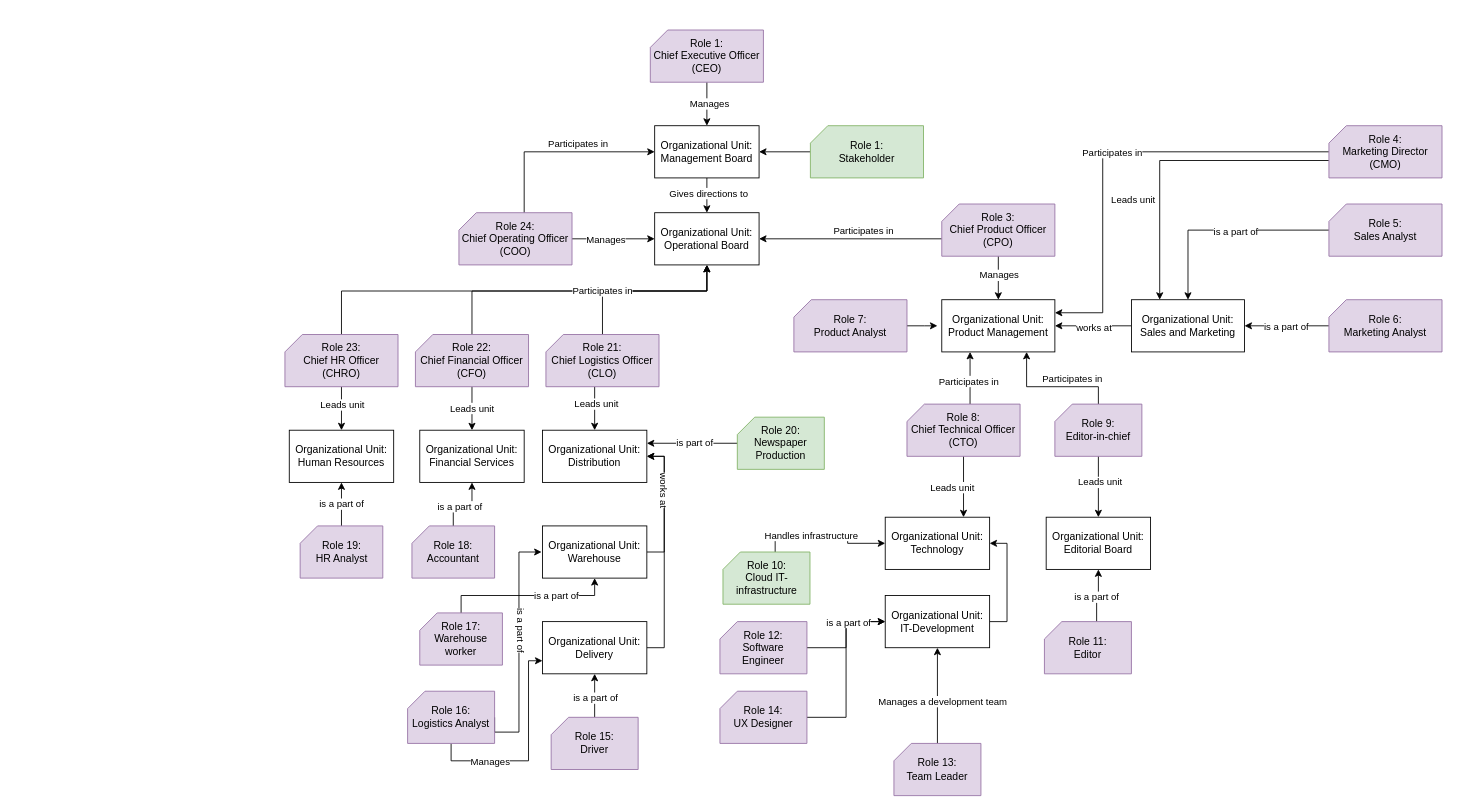
Above: TS_role_actors_models.drawio in gullskatten/TS-models-4em-archi (draw.io), before the change. Source tidied: cells renumbered, new cells numbered last; positions are measured from the earlier drawing's top-left corner, leaving out a move shared by most shapes. Both pictures are drawn from the tidied source at 87%, with x=0, y=0 at pixel (284, 30).
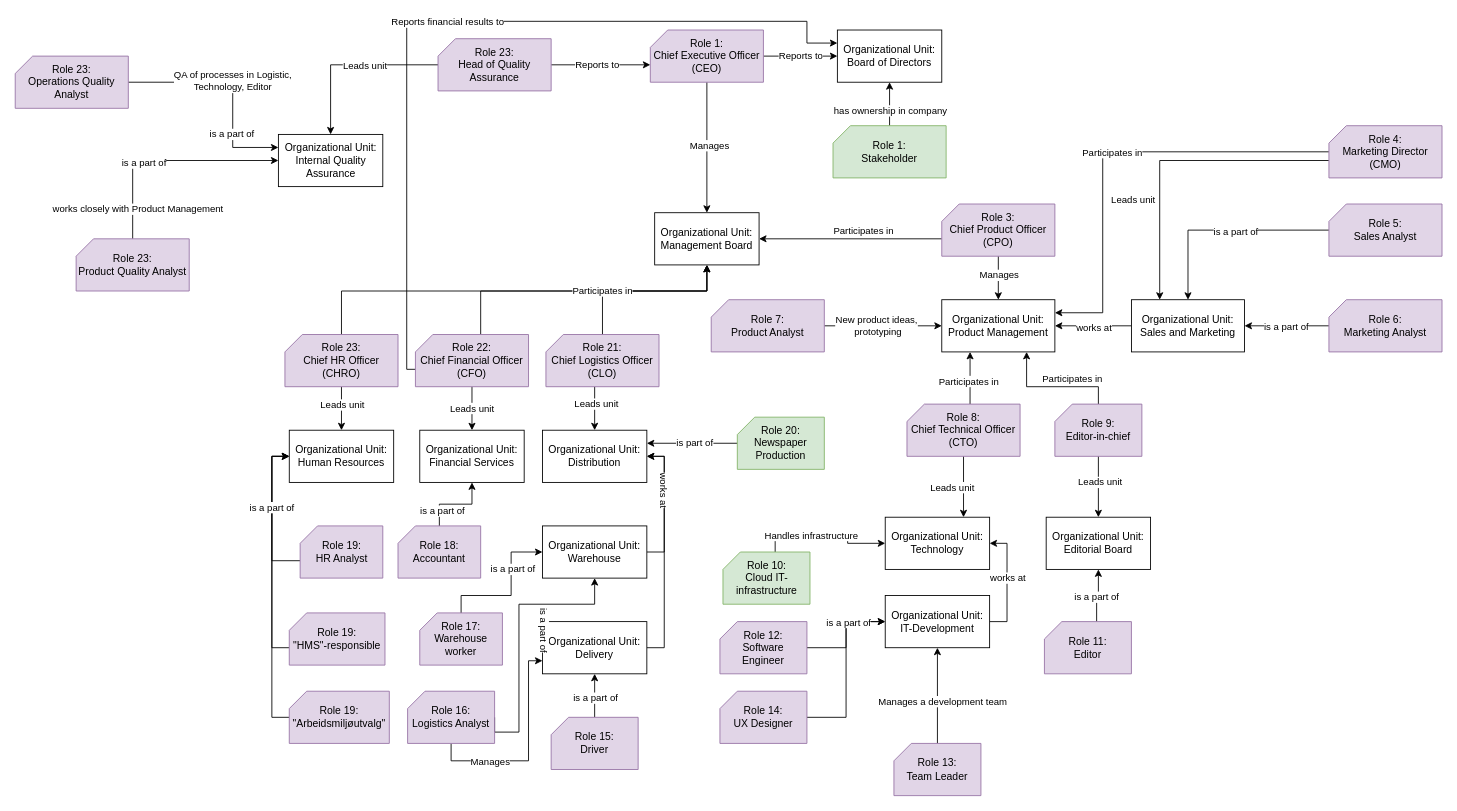
The same page after the edit.

Commit message:
Added a QA branch, removed COO and Operations Board

Unchanged cells that the change refers to:
```xml
<mxCell id="13" value="Role 1:&lt;br&gt;Chief Executive Officer (CEO)" style="verticalLabelPosition=middle;verticalAlign=middle;html=1;shape=card;whiteSpace=wrap;size=20;arcSize=12;fillColor=#e1d5e7;strokeColor=#9673a6;labelPosition=center;align=center;" parent="1" vertex="1">
  <mxGeometry x="420" width="130" height="60" as="geometry" />
</mxCell>
<mxCell id="16" value="Role 22:&lt;br&gt;Chief Financial Officer (CFO)" style="verticalLabelPosition=middle;verticalAlign=middle;html=1;shape=card;whiteSpace=wrap;size=20;arcSize=12;fillColor=#e1d5e7;strokeColor=#9673a6;labelPosition=center;align=center;" parent="1" vertex="1">
  <mxGeometry x="150" y="350" width="130" height="60" as="geometry" />
</mxCell>
<mxCell id="35" value="Organizational Unit:&lt;br&gt;Human Resources" style="rounded=0;whiteSpace=wrap;html=1;" parent="1" vertex="1">
  <mxGeometry x="5" y="460" width="120" height="60" as="geometry" />
</mxCell>
<mxCell id="44" style="edgeStyle=orthogonalEdgeStyle;rounded=0;jettySize=auto;html=1;entryX=1;entryY=0.5;entryDx=0;entryDy=0;" parent="1" edge="1" source="45" target="33">
  <mxGeometry relative="1" as="geometry">
    <Array as="points">
      <mxPoint x="830" y="680" />
      <mxPoint x="830" y="590" />
    </Array>
  </mxGeometry>
</mxCell>
<mxCell id="47" value="Organizational Unit:&lt;br&gt;Warehouse" style="rounded=0;whiteSpace=wrap;html=1;" parent="1" vertex="1">
  <mxGeometry x="296" y="570" width="120" height="60" as="geometry" />
</mxCell>
<mxCell id="64" value="Organizational Unit:&lt;br&gt;Product Management" style="rounded=0;whiteSpace=wrap;html=1;" parent="1" vertex="1">
  <mxGeometry x="755" y="310" width="130" height="60" as="geometry" />
</mxCell>
<mxCell id="69" value="Role 17:&lt;br&gt;Warehouse worker" style="verticalLabelPosition=middle;verticalAlign=middle;html=1;shape=card;whiteSpace=wrap;size=20;arcSize=12;fillColor=#e1d5e7;strokeColor=#9673a6;labelPosition=center;align=center;" parent="1" vertex="1">
  <mxGeometry x="155" y="670" width="95" height="60" as="geometry" />
</mxCell>
<mxCell id="74" value="Role 16:&lt;br&gt;Logistics Analyst" style="verticalLabelPosition=middle;verticalAlign=middle;html=1;shape=card;whiteSpace=wrap;size=20;arcSize=12;fillColor=#e1d5e7;strokeColor=#9673a6;labelPosition=center;align=center;" parent="1" vertex="1">
  <mxGeometry x="141" y="760" width="100" height="60" as="geometry" />
</mxCell>
<mxCell id="79" value="Role 19:&lt;br&gt;HR Analyst" style="verticalLabelPosition=middle;verticalAlign=middle;html=1;shape=card;whiteSpace=wrap;size=20;arcSize=12;fillColor=#e1d5e7;strokeColor=#9673a6;labelPosition=center;align=center;" parent="1" vertex="1">
  <mxGeometry x="17.5" y="570" width="95" height="60" as="geometry" />
</mxCell>
```

What changed in the source:
```diff
@@
-    <mxCell id="11" style="edgeStyle=orthogonalEdgeStyle;rounded=0;jettySize=auto;html=1;entryX=0.5;entryY=0;entryDx=0;entryDy=0;" parent="1" edge="1" source="13" target="24">
+    <mxCell id="11" style="edgeStyle=orthogonalEdgeStyle;rounded=0;jettySize=auto;html=1;entryX=0.5;entryY=0;entryDx=0;entryDy=0;" parent="1" edge="1" source="13" target="25">
       <mxGeometry relative="1" as="geometry" />
     </mxCell>
@@
+    <mxCell id="105" value="Reports to" style="edgeStyle=orthogonalEdgeStyle;rounded=0;jettySize=auto;html=1;entryX=0;entryY=0.5;entryDx=0;entryDy=0;" parent="1" edge="1" source="13" target="111">
+      <mxGeometry relative="1" as="geometry" />
+    </mxCell>
@@
+    <mxCell id="106" style="edgeStyle=orthogonalEdgeStyle;rounded=0;jettySize=auto;html=1;entryX=0;entryY=0.25;entryDx=0;entryDy=0;exitX=0;exitY=0;exitDx=0;exitDy=40;exitPerimeter=0;" parent="1" edge="1" source="16" target="111">
+      <mxGeometry relative="1" as="geometry">
+        <Array as="points">
+          <mxPoint x="140" y="390" />
+          <mxPoint x="140" y="-10" />
+          <mxPoint x="600" y="-10" />
+          <mxPoint x="600" y="15" />
+        </Array>
+      </mxGeometry>
+    </mxCell>
+    <mxCell id="107" value="Reports financial results to" style="edgeLabel;html=1;align=center;verticalAlign=middle;" parent="106" vertex="1">
+      <mxGeometry x="-0.11" y="-33" relative="1" as="geometry">
+        <mxPoint x="42" y="-33" as="offset" />
+      </mxGeometry>
+    </mxCell>
-    <mxCell id="15" style="edgeStyle=orthogonalEdgeStyle;rounded=0;jettySize=auto;html=1;entryX=0.5;entryY=1;entryDx=0;entryDy=0;exitX=0.5;exitY=0;exitDx=0;exitDy=0;exitPerimeter=0;" parent="1" edge="1" source="16" target="25">
+    <mxCell id="15" style="edgeStyle=orthogonalEdgeStyle;rounded=0;jettySize=auto;html=1;exitX=0;exitY=0;exitDx=75;exitDy=0;exitPerimeter=0;entryX=0.5;entryY=1;entryDx=0;entryDy=0;" parent="1" edge="1" source="16" target="25">
       <mxGeometry relative="1" as="geometry">
         <Array as="points">
-          <mxPoint x="215" y="300" />
+          <mxPoint x="225" y="300" />
           <mxPoint x="485" y="300" />
         </Array>
       </mxGeometry>
     </mxCell>
@@
-    <mxCell id="22" style="edgeStyle=orthogonalEdgeStyle;rounded=0;jettySize=auto;html=1;entryX=0.5;entryY=0;entryDx=0;entryDy=0;" parent="1" edge="1" source="24" target="25">
-      <mxGeometry relative="1" as="geometry" />
-    </mxCell>
-    <mxCell id="23" value="Gives directions to" style="edgeLabel;html=1;align=center;verticalAlign=middle;" parent="22" vertex="1">
-      <mxGeometry x="-0.15" y="1" relative="1" as="geometry" />
-    </mxCell>
-    <mxCell id="24" value="Organizational Unit:&lt;br&gt;Management Board" style="rounded=0;whiteSpace=wrap;html=1;" parent="1" vertex="1">
-      <mxGeometry x="425" y="110" width="120" height="60" as="geometry" />
-    </mxCell>
-    <mxCell id="25" value="Organizational Unit:&lt;br&gt;Operational Board" style="rounded=0;whiteSpace=wrap;html=1;" parent="1" vertex="1">
+    <mxCell id="25" value="Organizational Unit:&lt;br&gt;Management Board" style="rounded=0;whiteSpace=wrap;html=1;" parent="1" vertex="1">
       <mxGeometry x="425" y="210" width="120" height="60" as="geometry" />
     </mxCell>
-    <mxCell id="26" style="edgeStyle=orthogonalEdgeStyle;rounded=0;jettySize=auto;html=1;entryX=0;entryY=0.5;entryDx=0;entryDy=0;exitX=1;exitY=0.5;exitDx=0;exitDy=0;exitPerimeter=0;" parent="1" edge="1" source="30" target="25">
-      <mxGeometry relative="1" as="geometry" />
-    </mxCell>
-    <mxCell id="27" value="Manages" style="edgeLabel;html=1;align=center;verticalAlign=middle;" parent="26" vertex="1">
-      <mxGeometry x="-0.26" y="3" relative="1" as="geometry">
-        <mxPoint x="3" y="3" as="offset" />
-      </mxGeometry>
-    </mxCell>
-    <mxCell id="28" style="edgeStyle=orthogonalEdgeStyle;rounded=0;jettySize=auto;html=1;entryX=0;entryY=0.5;entryDx=0;entryDy=0;exitX=0;exitY=0;exitDx=75;exitDy=0;exitPerimeter=0;" parent="1" edge="1" source="30" target="24">
-      <mxGeometry relative="1" as="geometry" />
-    </mxCell>
-    <mxCell id="29" value="Participates in" style="edgeLabel;html=1;align=center;verticalAlign=middle;" parent="28" vertex="1">
-      <mxGeometry x="0.19" y="2" relative="1" as="geometry">
-        <mxPoint y="-8" as="offset" />
-      </mxGeometry>
-    </mxCell>
-    <mxCell id="30" value="Role 24:&lt;br&gt;Chief Operating Officer (COO)" style="verticalLabelPosition=middle;verticalAlign=middle;html=1;shape=card;whiteSpace=wrap;size=20;arcSize=12;fillColor=#e1d5e7;strokeColor=#9673a6;labelPosition=center;align=center;" parent="1" vertex="1">
-      <mxGeometry x="200" y="210" width="130" height="60" as="geometry" />
-    </mxCell>
@@
+    <mxCell id="108" value="works at" style="edgeLabel;html=1;align=center;verticalAlign=middle;" parent="44" vertex="1">
+      <mxGeometry x="-0.11" relative="1" as="geometry">
+        <mxPoint y="-12.3" as="offset" />
+      </mxGeometry>
+    </mxCell>
@@
-    <mxCell id="54" style="edgeStyle=orthogonalEdgeStyle;rounded=0;jettySize=auto;html=1;entryX=1;entryY=0.5;entryDx=0;entryDy=0;" parent="1" edge="1" source="55" target="24">
+    <mxCell id="54" style="edgeStyle=orthogonalEdgeStyle;rounded=0;jettySize=auto;html=1;" parent="1" edge="1" source="55" target="111">
       <mxGeometry relative="1" as="geometry" />
     </mxCell>
+    <mxCell id="109" value="has ownership in company" style="edgeLabel;html=1;align=center;verticalAlign=middle;" parent="54" vertex="1">
+      <mxGeometry x="-0.29" relative="1" as="geometry" />
+    </mxCell>
     <mxCell id="55" value="Role 1:&lt;br&gt;Stakeholder" style="verticalLabelPosition=middle;verticalAlign=middle;html=1;shape=card;whiteSpace=wrap;size=20;arcSize=12;fillColor=#d5e8d4;strokeColor=#82b366;labelPosition=center;align=center;" parent="1" vertex="1">
-      <mxGeometry x="604" y="110" width="130" height="60" as="geometry" />
+      <mxGeometry x="630" y="110" width="130" height="60" as="geometry" />
     </mxCell>
@@
-    <mxCell id="65" style="edgeStyle=orthogonalEdgeStyle;rounded=0;jettySize=auto;html=1;" parent="1" edge="1" source="66">
-      <mxGeometry relative="1" as="geometry">
-        <mxPoint x="750" y="340" as="targetPoint" />
-      </mxGeometry>
+    <mxCell id="65" style="edgeStyle=orthogonalEdgeStyle;rounded=0;jettySize=auto;html=1;entryX=0;entryY=0.5;entryDx=0;entryDy=0;" parent="1" edge="1" source="66" target="64">
+      <mxGeometry relative="1" as="geometry" />
     </mxCell>
+    <mxCell id="110" value="New product ideas,&lt;br&gt;&amp;nbsp;prototyping" style="edgeLabel;html=1;align=center;verticalAlign=middle;" parent="65" vertex="1">
+      <mxGeometry x="-0.12" y="1" relative="1" as="geometry" />
+    </mxCell>
     <mxCell id="66" value="Role 7:&lt;br&gt;Product Analyst" style="verticalLabelPosition=middle;verticalAlign=middle;html=1;shape=card;whiteSpace=wrap;size=20;arcSize=12;fillColor=#e1d5e7;strokeColor=#9673a6;labelPosition=center;align=center;" parent="1" vertex="1">
-      <mxGeometry x="585" y="310" width="130" height="60" as="geometry" />
+      <mxGeometry x="490" y="310" width="130" height="60" as="geometry" />
     </mxCell>
-    <mxCell id="67" style="edgeStyle=orthogonalEdgeStyle;rounded=0;jettySize=auto;html=1;entryX=0.5;entryY=1;entryDx=0;entryDy=0;exitX=0.5;exitY=0;exitDx=0;exitDy=0;exitPerimeter=0;" parent="1" edge="1" source="69" target="47">
+    <mxCell id="67" style="edgeStyle=orthogonalEdgeStyle;rounded=0;jettySize=auto;html=1;exitX=0.5;exitY=0;exitDx=0;exitDy=0;exitPerimeter=0;entryX=0;entryY=0.5;entryDx=0;entryDy=0;" parent="1" edge="1" source="69" target="47">
       <mxGeometry relative="1" as="geometry">
         <Array as="points">
-          <mxPoint x="203" y="650" />
-          <mxPoint x="356" y="650" />
+          <mxPoint x="202" y="650" />
+          <mxPoint x="260" y="650" />
+          <mxPoint x="260" y="600" />
         </Array>
       </mxGeometry>
     </mxCell>
@@
-    <mxCell id="70" style="edgeStyle=orthogonalEdgeStyle;rounded=0;jettySize=auto;html=1;entryX=0;entryY=0.5;entryDx=0;entryDy=0;exitX=1;exitY=0.5;exitDx=0;exitDy=0;exitPerimeter=0;" parent="1" edge="1" source="74">
+    <mxCell id="70" style="edgeStyle=orthogonalEdgeStyle;rounded=0;jettySize=auto;html=1;entryX=0.5;entryY=1;entryDx=0;entryDy=0;exitX=1;exitY=0.5;exitDx=0;exitDy=0;exitPerimeter=0;" parent="1" edge="1" source="74" target="47">
       <mxGeometry relative="1" as="geometry">
-        <mxPoint x="295" y="600" as="targetPoint" />
         <Array as="points">
+          <mxPoint x="241" y="807" />
           <mxPoint x="269" y="807" />
-          <mxPoint x="269" y="600" />
+          <mxPoint x="269" y="660" />
+          <mxPoint x="356" y="660" />
         </Array>
       </mxGeometry>
     </mxCell>
@@
     <mxCell id="77" value="Role 18:&lt;br&gt;Accountant" style="verticalLabelPosition=middle;verticalAlign=middle;html=1;shape=card;whiteSpace=wrap;size=20;arcSize=12;fillColor=#e1d5e7;strokeColor=#9673a6;labelPosition=center;align=center;" parent="1" vertex="1">
-      <mxGeometry x="146" y="570" width="95" height="60" as="geometry" />
+      <mxGeometry x="130" y="570" width="95" height="60" as="geometry" />
     </mxCell>
-    <mxCell id="78" value="is a part of" style="edgeStyle=orthogonalEdgeStyle;rounded=0;jettySize=auto;html=1;entryX=0.5;entryY=1;entryDx=0;entryDy=0;" parent="1" edge="1" source="79" target="35">
+    <mxCell id="78" style="edgeStyle=orthogonalEdgeStyle;rounded=0;jettySize=auto;html=1;entryX=0;entryY=0.5;entryDx=0;entryDy=0;exitX=0;exitY=0;exitDx=0;exitDy=40;exitPerimeter=0;" parent="1" edge="1" source="79" target="35">
       <mxGeometry relative="1" as="geometry" />
     </mxCell>
@@
+    <mxCell id="111" value="Organizational Unit:&lt;br&gt;Board of Directors" style="rounded=0;whiteSpace=wrap;html=1;" parent="1" vertex="1">
+      <mxGeometry x="635" width="120" height="60" as="geometry" />
+    </mxCell>
+    <mxCell id="112" style="edgeStyle=orthogonalEdgeStyle;rounded=0;jettySize=auto;html=1;entryX=0;entryY=0;entryDx=0;entryDy=40;entryPerimeter=0;exitX=1;exitY=0.5;exitDx=0;exitDy=0;exitPerimeter=0;" parent="1" edge="1" source="130" target="13">
+      <mxGeometry relative="1" as="geometry" />
+    </mxCell>
+    <mxCell id="113" value="Reports to" style="edgeLabel;html=1;align=center;verticalAlign=middle;" parent="112" vertex="1">
+      <mxGeometry x="-0.09" y="1" relative="1" as="geometry" />
+    </mxCell>
+    <mxCell id="114" value="Organizational Unit:&lt;br&gt;Internal Quality Assurance" style="rounded=0;whiteSpace=wrap;html=1;" parent="1" vertex="1">
+      <mxGeometry x="-7.5" y="120" width="120" height="60" as="geometry" />
+    </mxCell>
+    <mxCell id="115" style="edgeStyle=orthogonalEdgeStyle;rounded=0;jettySize=auto;html=1;entryX=0;entryY=0.5;entryDx=0;entryDy=0;" parent="1" edge="1" source="116" target="35">
+      <mxGeometry relative="1" as="geometry">
+        <Array as="points">
+          <mxPoint x="-15" y="790" />
+          <mxPoint x="-15" y="490" />
+        </Array>
+      </mxGeometry>
+    </mxCell>
+    <mxCell id="116" value="Role 19:&lt;br&gt;&quot;Arbeidsmiljøutvalg&quot;" style="verticalLabelPosition=middle;verticalAlign=middle;html=1;shape=card;whiteSpace=wrap;size=20;arcSize=12;fillColor=#e1d5e7;strokeColor=#9673a6;labelPosition=center;align=center;" parent="1" vertex="1">
+      <mxGeometry x="5" y="760" width="115" height="60" as="geometry" />
+    </mxCell>
+    <mxCell id="117" style="edgeStyle=orthogonalEdgeStyle;rounded=0;jettySize=auto;html=1;entryX=0;entryY=0.5;entryDx=0;entryDy=0;exitX=0;exitY=0;exitDx=0;exitDy=40;exitPerimeter=0;" parent="1" edge="1" source="119" target="35">
+      <mxGeometry relative="1" as="geometry">
+        <Array as="points">
+          <mxPoint x="-15" y="710" />
+          <mxPoint x="-15" y="490" />
+        </Array>
+      </mxGeometry>
+    </mxCell>
+    <mxCell id="118" value="is a part of" style="edgeLabel;html=1;align=center;verticalAlign=middle;" parent="117" vertex="1">
+      <mxGeometry x="0.4" y="1" relative="1" as="geometry" />
+    </mxCell>
+    <mxCell id="119" value="Role 19:&lt;br&gt;&quot;HMS&quot;-responsible" style="verticalLabelPosition=middle;verticalAlign=middle;html=1;shape=card;whiteSpace=wrap;size=20;arcSize=12;fillColor=#e1d5e7;strokeColor=#9673a6;labelPosition=center;align=center;" parent="1" vertex="1">
+      <mxGeometry x="5" y="670" width="110" height="60" as="geometry" />
+    </mxCell>
+    <mxCell id="120" style="edgeStyle=orthogonalEdgeStyle;rounded=0;jettySize=auto;html=1;entryX=0;entryY=0.5;entryDx=0;entryDy=0;exitX=0.5;exitY=0;exitDx=0;exitDy=0;exitPerimeter=0;" parent="1" edge="1" source="123" target="114">
+      <mxGeometry relative="1" as="geometry">
+        <Array as="points">
+          <mxPoint x="-175" y="150" />
+        </Array>
+      </mxGeometry>
+    </mxCell>
+    <mxCell id="121" value="works closely with Product Management" style="edgeLabel;html=1;align=center;verticalAlign=middle;" parent="120" vertex="1">
+      <mxGeometry x="-0.72" y="-5" relative="1" as="geometry">
+        <mxPoint y="1.2" as="offset" />
+      </mxGeometry>
+    </mxCell>
+    <mxCell id="122" value="is a part of" style="edgeLabel;html=1;align=center;verticalAlign=middle;" parent="120" vertex="1">
+      <mxGeometry x="-0.32" y="-12" relative="1" as="geometry" />
+    </mxCell>
+    <mxCell id="123" value="Role 23:&lt;br&gt;Product Quality Analyst" style="verticalLabelPosition=middle;verticalAlign=middle;html=1;shape=card;whiteSpace=wrap;size=20;arcSize=12;fillColor=#e1d5e7;strokeColor=#9673a6;labelPosition=center;align=center;" parent="1" vertex="1">
+      <mxGeometry x="-240" y="240" width="130" height="60" as="geometry" />
+    </mxCell>
+    <mxCell id="124" style="edgeStyle=orthogonalEdgeStyle;rounded=0;jettySize=auto;html=1;entryX=0;entryY=0.25;entryDx=0;entryDy=0;exitX=1;exitY=0.5;exitDx=0;exitDy=0;exitPerimeter=0;" parent="1" edge="1" source="127" target="114">
+      <mxGeometry relative="1" as="geometry">
+        <Array as="points">
+          <mxPoint x="-60" y="60" />
+          <mxPoint x="-60" y="135" />
+        </Array>
+      </mxGeometry>
+    </mxCell>
+    <mxCell id="125" value="is a part of" style="edgeLabel;html=1;align=center;verticalAlign=middle;" parent="124" vertex="1">
+      <mxGeometry x="0.45" y="-2" relative="1" as="geometry" />
+    </mxCell>
+    <mxCell id="126" value="QA of processes in Logistic, &lt;br&gt;Technology, Editor" style="edgeLabel;html=1;align=center;verticalAlign=middle;" parent="124" vertex="1">
+      <mxGeometry x="-0.32" y="2" relative="1" as="geometry">
+        <mxPoint x="35.9" as="offset" />
+      </mxGeometry>
+    </mxCell>
+    <mxCell id="127" value="Role 23:&lt;br&gt;Operations Quality Analyst" style="verticalLabelPosition=middle;verticalAlign=middle;html=1;shape=card;whiteSpace=wrap;size=20;arcSize=12;fillColor=#e1d5e7;strokeColor=#9673a6;labelPosition=center;align=center;" parent="1" vertex="1">
+      <mxGeometry x="-310" y="30" width="130" height="60" as="geometry" />
+    </mxCell>
+    <mxCell id="128" style="edgeStyle=orthogonalEdgeStyle;rounded=0;jettySize=auto;html=1;entryX=0.5;entryY=0;entryDx=0;entryDy=0;" parent="1" edge="1" source="130" target="114">
+      <mxGeometry relative="1" as="geometry" />
+    </mxCell>
+    <mxCell id="129" value="Leads unit" style="edgeLabel;html=1;align=center;verticalAlign=middle;" parent="128" vertex="1">
+      <mxGeometry x="-0.16" y="5" relative="1" as="geometry">
+        <mxPoint y="-5" as="offset" />
+      </mxGeometry>
+    </mxCell>
+    <mxCell id="130" value="Role 23:&lt;br&gt;Head of Quality Assurance" style="verticalLabelPosition=middle;verticalAlign=middle;html=1;shape=card;whiteSpace=wrap;size=20;arcSize=12;fillColor=#e1d5e7;strokeColor=#9673a6;labelPosition=center;align=center;" parent="1" vertex="1">
+      <mxGeometry x="176" y="10" width="130" height="60" as="geometry" />
+    </mxCell>
```
